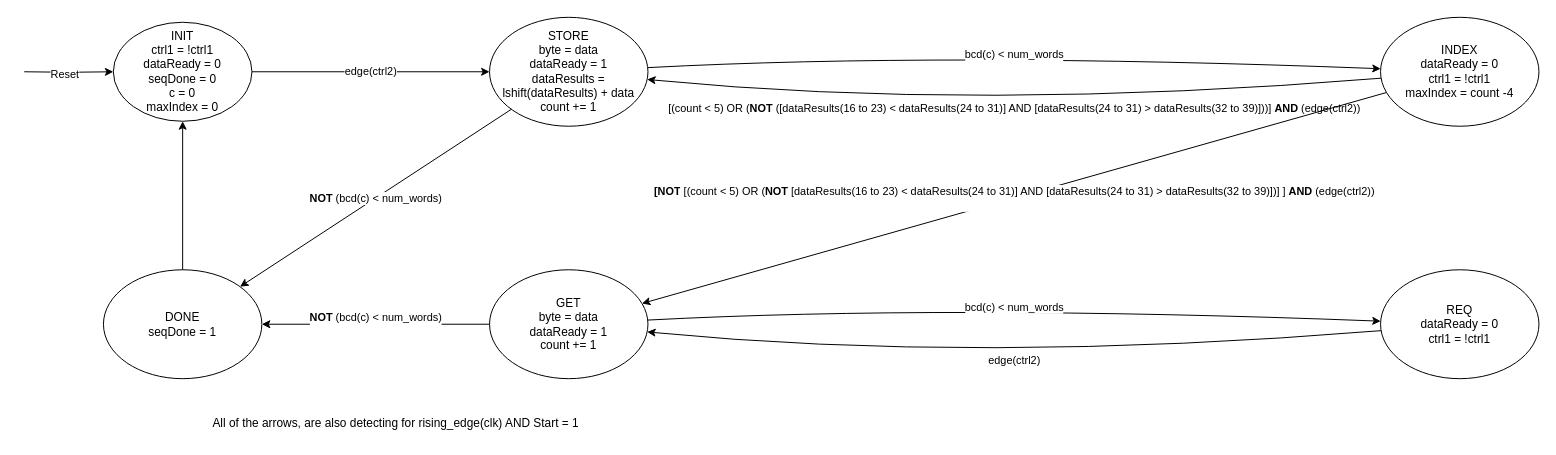
Above: Folder/FSM.drawio in OscarHdez103/DigProjFSM (draw.io), before the change. Source tidied: cells renumbered, new cells numbered last; positions are measured from the earlier drawing's top-left corner, leaving out a move shared by most shapes. Both pictures are drawn from the tidied source at 99%, with x=0, y=0 at pixel (24, 17).
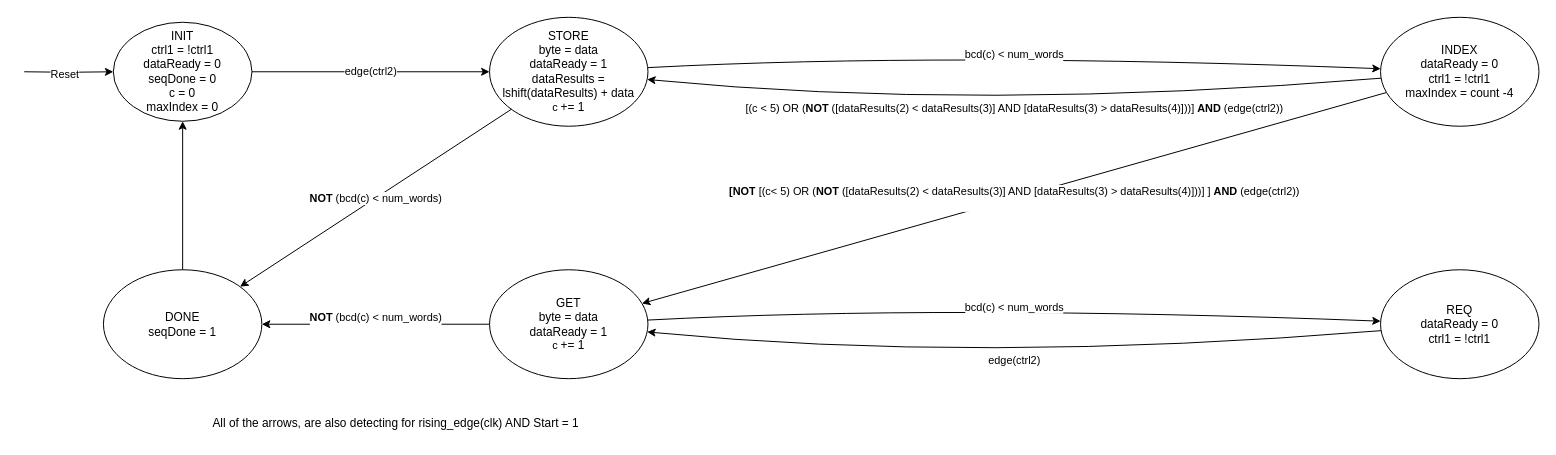
The same diagram, later.

The change refers to these unchanged cells:
```xml
<mxCell id="5" value="&lt;div&gt;&lt;span style=&quot;background-color: initial;&quot;&gt;INDEX&lt;/span&gt;&lt;/div&gt;&lt;div&gt;&lt;span style=&quot;background-color: initial;&quot;&gt;dataReady = 0&lt;/span&gt;&lt;br&gt;&lt;/div&gt;&lt;div&gt;ctrl1 = !ctrl1&lt;/div&gt;&lt;div&gt;maxIndex = count -4&lt;/div&gt;" style="ellipse;whiteSpace=wrap;html=1;" parent="1" vertex="1">
  <mxGeometry x="1370" width="160" height="110" as="geometry" />
</mxCell>
```

What changed in the source:
```diff
@@
-    <mxCell id="4" value="&lt;div&gt;STORE&lt;/div&gt;&lt;div&gt;byte = data&lt;/div&gt;&lt;div&gt;dataReady = 1&lt;/div&gt;&lt;div&gt;dataResults = lshift(dataResults) + data&lt;/div&gt;&lt;div&gt;count += 1&lt;/div&gt;" style="ellipse;whiteSpace=wrap;html=1;" parent="1" vertex="1">
+    <mxCell id="4" value="&lt;div&gt;STORE&lt;/div&gt;&lt;div&gt;byte = data&lt;/div&gt;&lt;div&gt;dataReady = 1&lt;/div&gt;&lt;div&gt;dataResults = lshift(dataResults) + data&lt;/div&gt;&lt;div&gt;&lt;span style=&quot;background-color: rgb(255, 255, 255); font-size: 11px; text-wrap: nowrap;&quot;&gt;c&amp;nbsp;&lt;/span&gt;+= 1&lt;/div&gt;" style="ellipse;whiteSpace=wrap;html=1;" parent="1" vertex="1">
       <mxGeometry x="470" width="160" height="110" as="geometry" />
     </mxCell>
@@
-    <mxCell id="6" value="[(count &amp;lt; 5) OR (&lt;b&gt;NOT&lt;/b&gt;&amp;nbsp;([dataResults(16 to 23) &amp;lt; dataResults(24 to 31)] AND [dataResults(24 to 31) &amp;gt; dataResults(32 to 39)]))]&amp;nbsp;&lt;b&gt;AND &lt;/b&gt;(edge(ctrl2))" style="curved=1;endArrow=classic;html=1;rounded=0;" parent="1" edge="1" source="5" target="4">
+    <mxCell id="6" value="[(c &amp;lt; 5) OR (&lt;b&gt;NOT&lt;/b&gt;&amp;nbsp;([dataResults(2) &amp;lt; dataResults(3)] AND [dataResults(3) &amp;gt; dataResults(4)]))]&amp;nbsp;&lt;b&gt;AND &lt;/b&gt;(edge(ctrl2))" style="curved=1;endArrow=classic;html=1;rounded=0;" parent="1" edge="1" source="5" target="4">
       <mxGeometry relative="1" as="geometry">
         <Array as="points">
           <mxPoint x="960" y="95" />
         </Array>
       </mxGeometry>
     </mxCell>
@@
-    <mxCell id="9" value="&lt;div&gt;GET&lt;/div&gt;&lt;div&gt;byte = data&lt;/div&gt;&lt;div&gt;dataReady = 1&lt;/div&gt;&lt;div&gt;count += 1&lt;/div&gt;" style="ellipse;whiteSpace=wrap;html=1;" parent="1" vertex="1">
+    <mxCell id="9" value="&lt;div&gt;GET&lt;/div&gt;&lt;div&gt;byte = data&lt;/div&gt;&lt;div&gt;dataReady = 1&lt;/div&gt;&lt;div&gt;&lt;span style=&quot;background-color: rgb(255, 255, 255); font-size: 11px; text-wrap: nowrap;&quot;&gt;c&amp;nbsp;&lt;/span&gt;+= 1&lt;/div&gt;" style="ellipse;whiteSpace=wrap;html=1;" parent="1" vertex="1">
       <mxGeometry x="470" y="255" width="160" height="110" as="geometry" />
     </mxCell>
@@
-    <mxCell id="13" value="&lt;span style=&quot;color: rgb(0, 0, 0); font-family: Helvetica; font-size: 11px; font-style: normal; font-variant-ligatures: normal; font-variant-caps: normal; letter-spacing: normal; orphans: 2; text-align: center; text-indent: 0px; text-transform: none; widows: 2; word-spacing: 0px; -webkit-text-stroke-width: 0px; white-space: nowrap; background-color: rgb(255, 255, 255); text-decoration-thickness: initial; text-decoration-style: initial; text-decoration-color: initial; float: none; display: inline !important;&quot;&gt;&lt;b&gt;[NOT&lt;/b&gt;&lt;/span&gt;&lt;span style=&quot;color: rgb(0, 0, 0); font-family: Helvetica; font-size: 11px; font-style: normal; font-variant-ligatures: normal; font-variant-caps: normal; font-weight: 400; letter-spacing: normal; orphans: 2; text-align: center; text-indent: 0px; text-transform: none; widows: 2; word-spacing: 0px; -webkit-text-stroke-width: 0px; white-space: nowrap; background-color: rgb(255, 255, 255); text-decoration-thickness: initial; text-decoration-style: initial; text-decoration-color: initial; display: inline !important; float: none;&quot;&gt; [(count &amp;lt; 5) OR (&lt;/span&gt;&lt;span style=&quot;color: rgb(0, 0, 0); font-family: Helvetica; font-size: 11px; font-style: normal; font-variant-ligatures: normal; font-variant-caps: normal; letter-spacing: normal; orphans: 2; text-align: center; text-indent: 0px; text-transform: none; widows: 2; word-spacing: 0px; -webkit-text-stroke-width: 0px; white-space: nowrap; background-color: rgb(255, 255, 255); text-decoration-thickness: initial; text-decoration-style: initial; text-decoration-color: initial; float: none; display: inline !important;&quot;&gt;&lt;b&gt;NOT&lt;/b&gt;&lt;/span&gt;&lt;span style=&quot;color: rgb(0, 0, 0); font-family: Helvetica; font-size: 11px; font-style: normal; font-variant-ligatures: normal; font-variant-caps: normal; font-weight: 400; letter-spacing: normal; orphans: 2; text-align: center; text-indent: 0px; text-transform: none; widows: 2; word-spacing: 0px; -webkit-text-stroke-width: 0px; white-space: nowrap; background-color: rgb(255, 255, 255); text-decoration-thickness: initial; text-decoration-style: initial; text-decoration-color: initial; display: inline !important; float: none;&quot;&gt; [dataResults(16 to 23) &amp;lt; dataResults(24 to 31)] AND [dataResults(24 to 31) &amp;gt; dataResults(32 to 39)])]&amp;nbsp;&lt;/span&gt;]&amp;nbsp;&lt;b&gt;AND&amp;nbsp;&lt;/b&gt;(edge(ctrl2))&lt;div&gt;&lt;br&gt;&lt;/div&gt;" style="endArrow=classic;html=1;rounded=0;" parent="1" edge="1" source="5" target="9">
+    <mxCell id="13" value="&lt;span style=&quot;color: rgb(0, 0, 0); font-family: Helvetica; font-size: 11px; font-style: normal; font-variant-ligatures: normal; font-variant-caps: normal; letter-spacing: normal; orphans: 2; text-align: center; text-indent: 0px; text-transform: none; widows: 2; word-spacing: 0px; -webkit-text-stroke-width: 0px; white-space: nowrap; background-color: rgb(255, 255, 255); text-decoration-thickness: initial; text-decoration-style: initial; text-decoration-color: initial; float: none; display: inline !important;&quot;&gt;&lt;b&gt;[NOT&lt;/b&gt;&lt;/span&gt;&lt;span style=&quot;color: rgb(0, 0, 0); font-family: Helvetica; font-size: 11px; font-style: normal; font-variant-ligatures: normal; font-variant-caps: normal; font-weight: 400; letter-spacing: normal; orphans: 2; text-align: center; text-indent: 0px; text-transform: none; widows: 2; word-spacing: 0px; -webkit-text-stroke-width: 0px; white-space: nowrap; background-color: rgb(255, 255, 255); text-decoration-thickness: initial; text-decoration-style: initial; text-decoration-color: initial; display: inline !important; float: none;&quot;&gt;&amp;nbsp;&lt;/span&gt;&lt;span style=&quot;color: rgb(0, 0, 0); font-family: Helvetica; font-size: 11px; font-style: normal; font-variant-ligatures: normal; font-variant-caps: normal; font-weight: 400; letter-spacing: normal; orphans: 2; text-align: center; text-indent: 0px; text-transform: none; widows: 2; word-spacing: 0px; -webkit-text-stroke-width: 0px; white-space: nowrap; background-color: rgb(255, 255, 255); text-decoration-thickness: initial; text-decoration-style: initial; text-decoration-color: initial; display: inline !important; float: none;&quot;&gt;[(c&amp;lt; 5) OR (&lt;b&gt;NOT&lt;/b&gt;&amp;nbsp;([dataResults(2) &amp;lt; dataResults(3)] AND [dataResults(3) &amp;gt; dataResults(4)]))]&amp;nbsp;&lt;/span&gt;]&amp;nbsp;&lt;b&gt;AND&amp;nbsp;&lt;/b&gt;(edge(ctrl2))&lt;div&gt;&lt;br&gt;&lt;/div&gt;" style="endArrow=classic;html=1;rounded=0;" parent="1" edge="1" source="5" target="9">
       <mxGeometry relative="1" as="geometry" />
     </mxCell>
```
